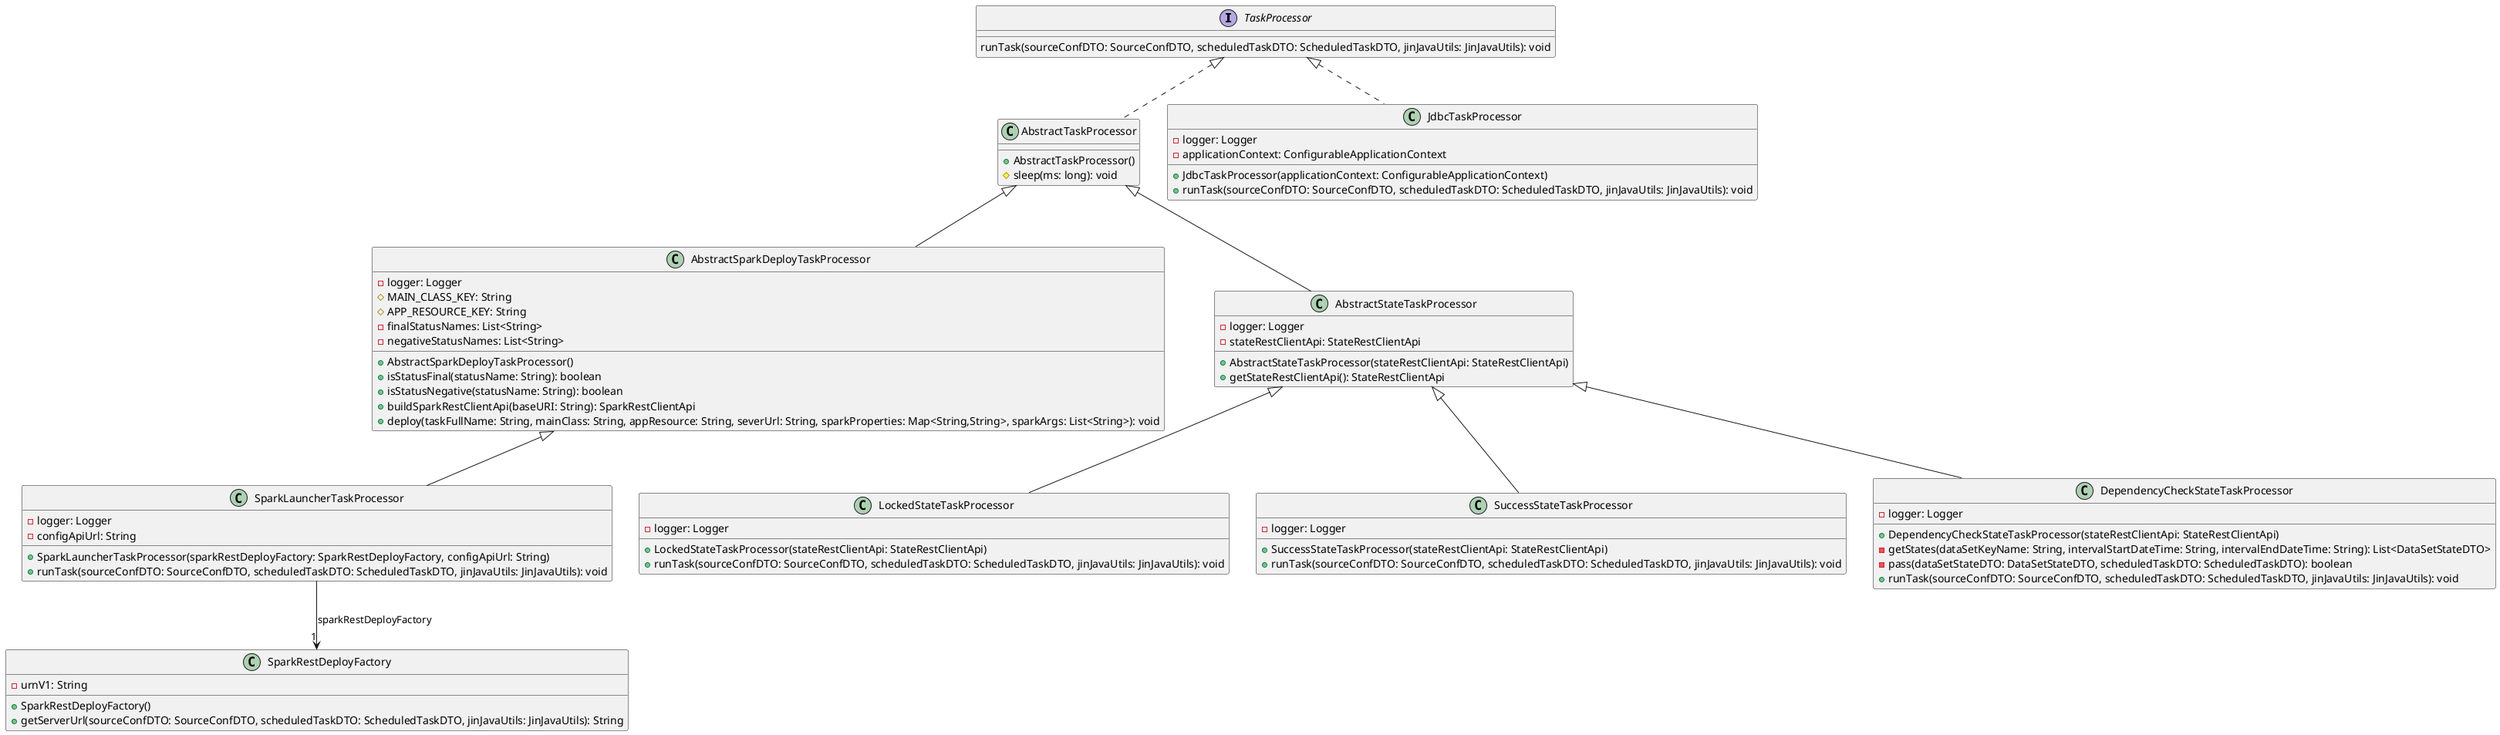
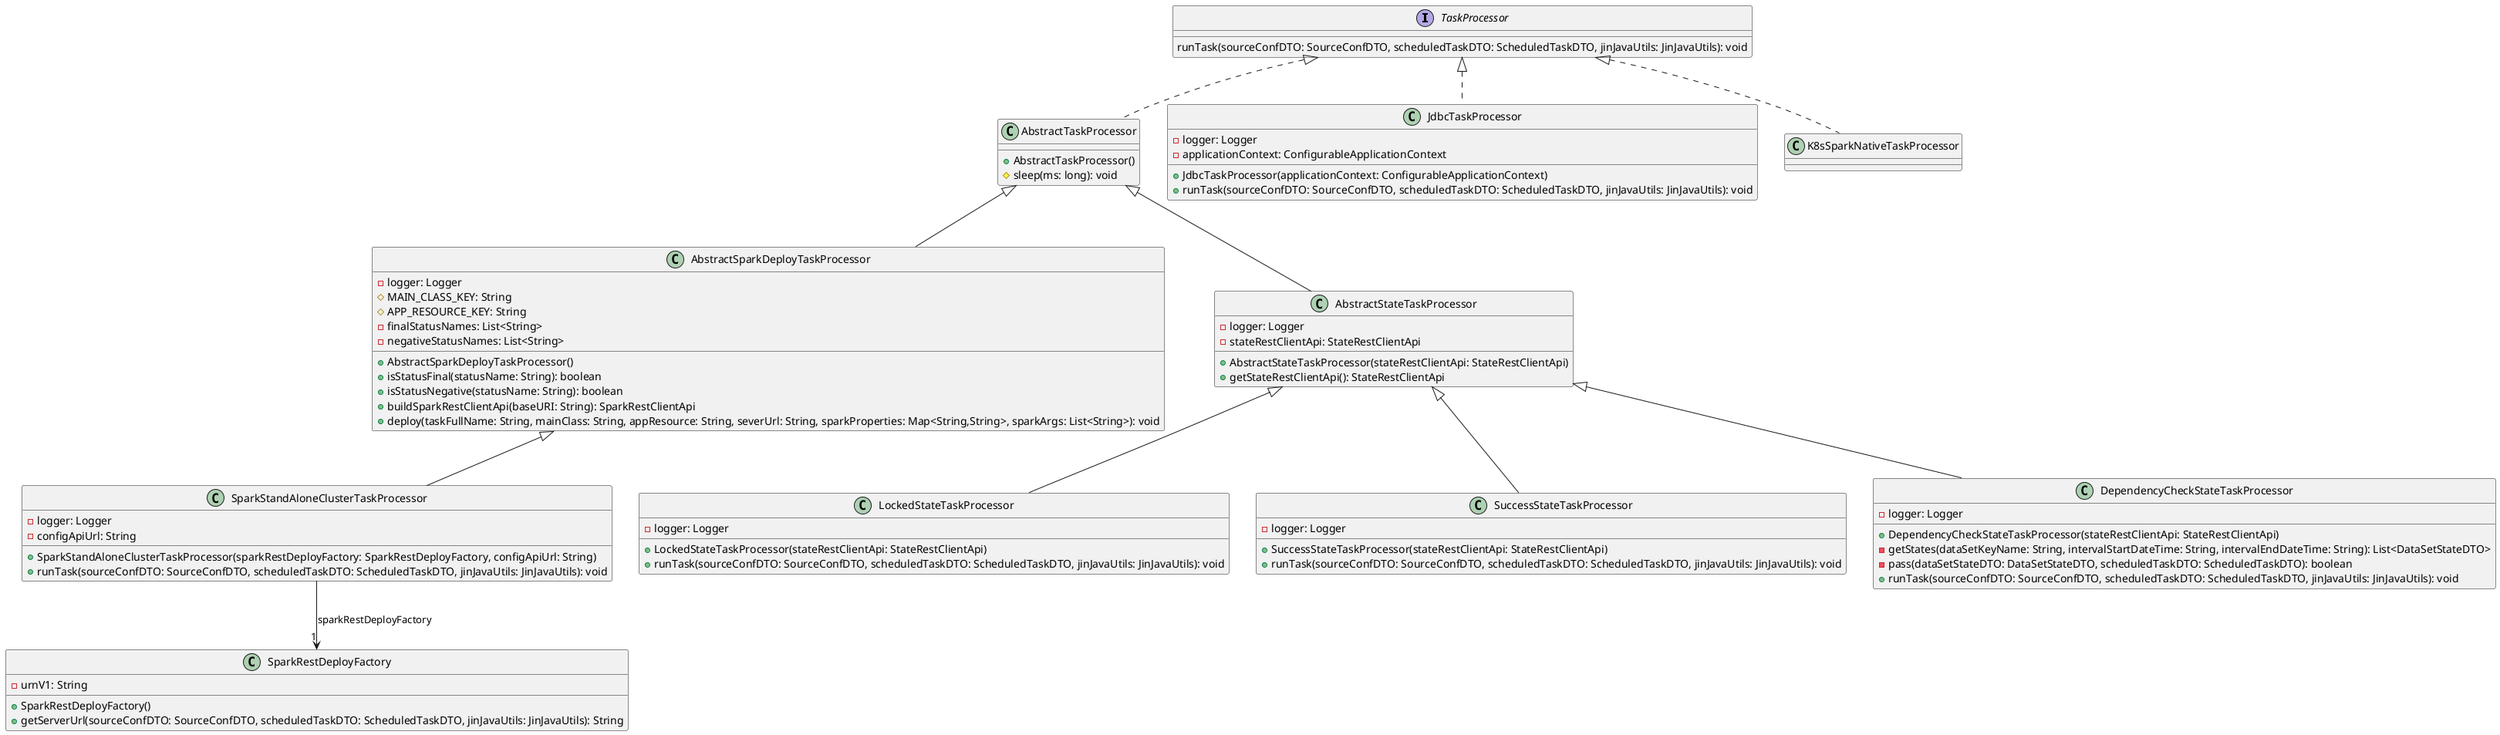
@startuml
interface TaskProcessor [[java:org.lakehouse.taskexecutor.api.processor.TaskProcessor]] {
	runTask(sourceConfDTO: SourceConfDTO, scheduledTaskDTO: ScheduledTaskDTO, jinJavaUtils: JinJavaUtils): void
}
interface TaskProcessor {
}
TaskProcessor <|.. AbstractTaskProcessor
class JdbcTaskProcessor [[java:org.lakehouse.taskexecutor.processor.jdbc.JdbcTaskProcessor]] {
	-logger: Logger
	-applicationContext: ConfigurableApplicationContext
	+JdbcTaskProcessor(applicationContext: ConfigurableApplicationContext)
	+runTask(sourceConfDTO: SourceConfDTO, scheduledTaskDTO: ScheduledTaskDTO, jinJavaUtils: JinJavaUtils): void
}
abstract class AbstractTaskProcessor [[java:org.lakehouse.taskexecutor.processor.AbstractTaskProcessor]] {
	+AbstractTaskProcessor()
	#sleep(ms: long): void
}

TaskProcessor <|.. JdbcTaskProcessor
abstract class AbstractSparkDeployTaskProcessor [[java:org.lakehouse.taskexecutor.processor.spark.AbstractSparkDeployTaskProcessor]] {
	-logger: Logger
	#MAIN_CLASS_KEY: String
	#APP_RESOURCE_KEY: String
	-finalStatusNames: List<String>
	-negativeStatusNames: List<String>
	+AbstractSparkDeployTaskProcessor()
	+isStatusFinal(statusName: String): boolean
	+isStatusNegative(statusName: String): boolean
	+buildSparkRestClientApi(baseURI: String): SparkRestClientApi
	+deploy(taskFullName: String, mainClass: String, appResource: String, severUrl: String, sparkProperties: Map<String,String>, sparkArgs: List<String>): void
}
class AbstractTaskProcessor {
}
AbstractTaskProcessor <|-- AbstractSparkDeployTaskProcessor
class SparkRestDeployFactory [[java:org.lakehouse.taskexecutor.processor.spark.SparkRestDeployFactory]] {
	-urnV1: String
	+SparkRestDeployFactory()
	+getServerUrl(sourceConfDTO: SourceConfDTO, scheduledTaskDTO: ScheduledTaskDTO, jinJavaUtils: JinJavaUtils): String
}
- class SparkLauncherTaskProcessor [[java:org.lakehouse.taskexecutor.processor.spark.SparkLauncherTaskProcessor]] {
+ class SparkStandAloneClusterTaskProcessor [[java:org.lakehouse.taskexecutor.processor.spark.SparkStandAloneClusterTaskProcessor]] {
	-logger: Logger
	-configApiUrl: String
- 	+SparkLauncherTaskProcessor(sparkRestDeployFactory: SparkRestDeployFactory, configApiUrl: String)
+ 	+SparkStandAloneClusterTaskProcessor(sparkRestDeployFactory: SparkRestDeployFactory, configApiUrl: String)
	+runTask(sourceConfDTO: SourceConfDTO, scheduledTaskDTO: ScheduledTaskDTO, jinJavaUtils: JinJavaUtils): void
}
class SparkRestDeployFactory {
}
- SparkLauncherTaskProcessor --> "1" SparkRestDeployFactory : sparkRestDeployFactory
+ SparkStandAloneClusterTaskProcessor --> "1" SparkRestDeployFactory : sparkRestDeployFactory
class AbstractSparkDeployTaskProcessor {
}
- AbstractSparkDeployTaskProcessor <|-- SparkLauncherTaskProcessor
+ AbstractSparkDeployTaskProcessor <|-- SparkStandAloneClusterTaskProcessor
class LockedStateTaskProcessor [[java:org.lakehouse.taskexecutor.processor.state.LockedStateTaskProcessor]] {
	-logger: Logger
	+LockedStateTaskProcessor(stateRestClientApi: StateRestClientApi)
	+runTask(sourceConfDTO: SourceConfDTO, scheduledTaskDTO: ScheduledTaskDTO, jinJavaUtils: JinJavaUtils): void
}
class AbstractStateTaskProcessor {
}
AbstractStateTaskProcessor <|-- LockedStateTaskProcessor
abstract class AbstractStateTaskProcessor [[java:org.lakehouse.taskexecutor.processor.state.AbstractStateTaskProcessor]] {
	-logger: Logger
	-stateRestClientApi: StateRestClientApi
	+AbstractStateTaskProcessor(stateRestClientApi: StateRestClientApi)
	+getStateRestClientApi(): StateRestClientApi
}
class AbstractTaskProcessor {
}
AbstractTaskProcessor <|-- AbstractStateTaskProcessor
class SuccessStateTaskProcessor [[java:org.lakehouse.taskexecutor.processor.state.SuccessStateTaskProcessor]] {
	-logger: Logger
	+SuccessStateTaskProcessor(stateRestClientApi: StateRestClientApi)
	+runTask(sourceConfDTO: SourceConfDTO, scheduledTaskDTO: ScheduledTaskDTO, jinJavaUtils: JinJavaUtils): void
}
class AbstractStateTaskProcessor {
}
AbstractStateTaskProcessor <|-- SuccessStateTaskProcessor
class DependencyCheckStateTaskProcessor [[java:org.lakehouse.taskexecutor.processor.state.DependencyCheckStateTaskProcessor]] {
	-logger: Logger
	+DependencyCheckStateTaskProcessor(stateRestClientApi: StateRestClientApi)
	-getStates(dataSetKeyName: String, intervalStartDateTime: String, intervalEndDateTime: String): List<DataSetStateDTO>
	-pass(dataSetStateDTO: DataSetStateDTO, scheduledTaskDTO: ScheduledTaskDTO): boolean
	+runTask(sourceConfDTO: SourceConfDTO, scheduledTaskDTO: ScheduledTaskDTO, jinJavaUtils: JinJavaUtils): void
}
class AbstractStateTaskProcessor {
}
AbstractStateTaskProcessor <|-- DependencyCheckStateTaskProcessor
+ 
+ class K8sSparkNativeTaskProcessor implements TaskProcessor{}
@enduml